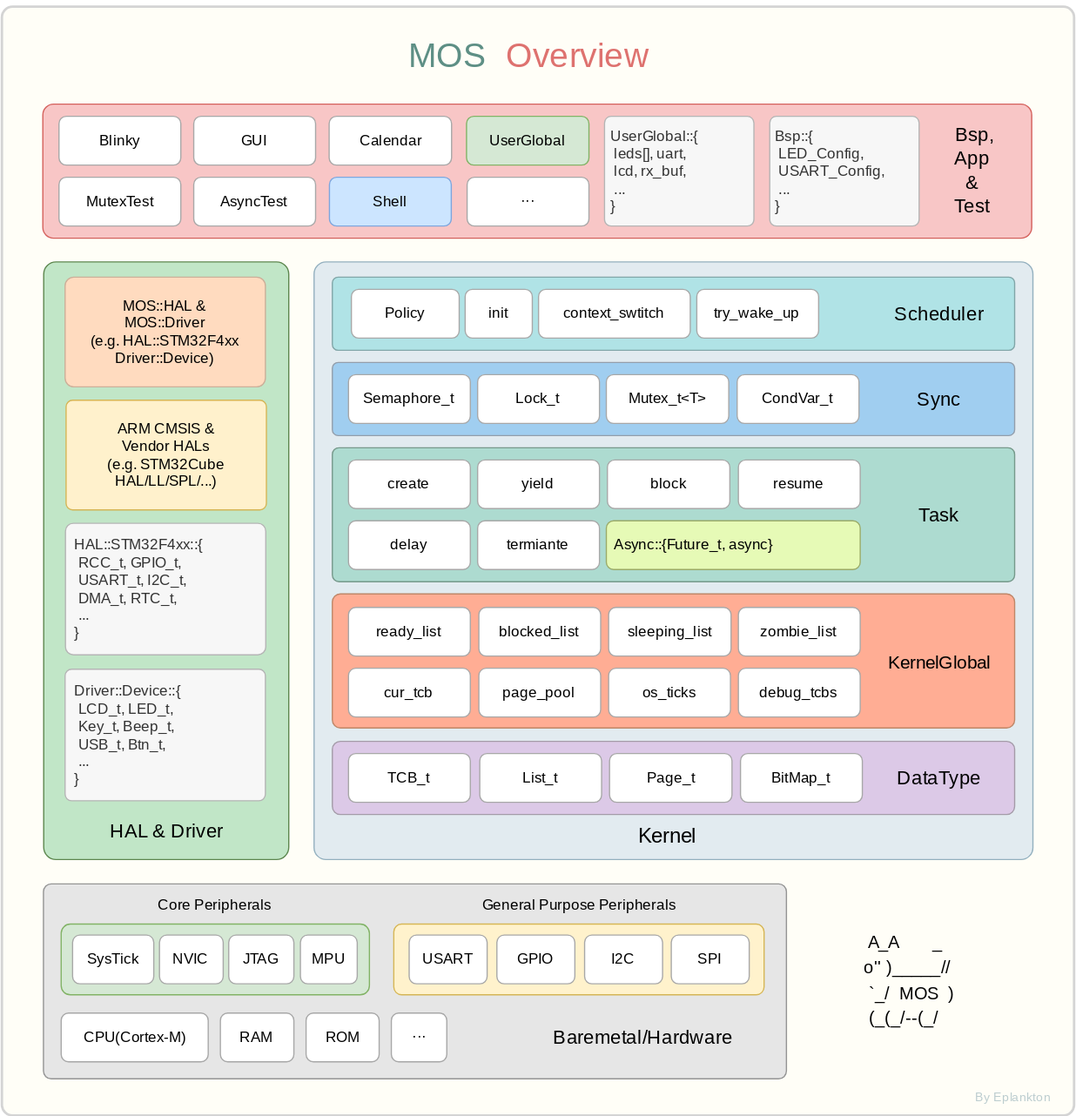
Above: Pic/mos-arch.svg in Eplankton/mos-stm32 (draw.io), before the change. Source tidied: cells renumbered, new cells last; positions are measured from the earlier drawing's top-left corner, leaving out a move shared by most shapes.
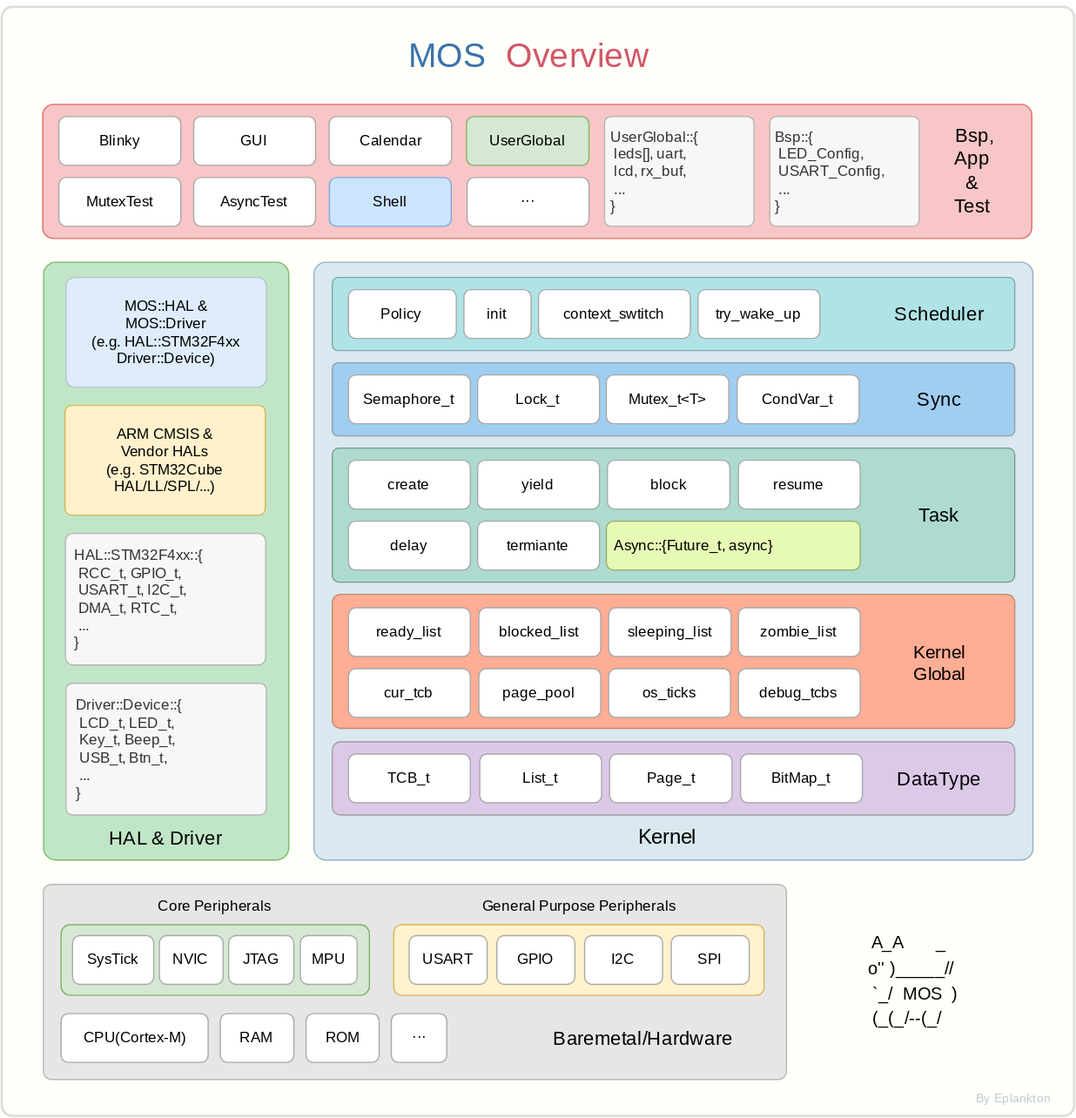
After the commit.

The edit, as a diff of the source:
```diff
@@ -2,10 +2,10 @@
   <root>
     <mxCell id="0" />
     <mxCell id="1" parent="0" />
-    <mxCell id="2" style="rounded=1;whiteSpace=wrap;html=1;arcSize=1;labelPosition=center;verticalLabelPosition=top;align=center;verticalAlign=bottom;strokeWidth=2;strokeColor=#D4D4D4;fillColor=#FFFEF7;" parent="1" vertex="1">
+    <mxCell id="2" style="rounded=1;whiteSpace=wrap;html=1;arcSize=1;labelPosition=center;verticalLabelPosition=top;align=center;verticalAlign=bottom;strokeWidth=2;fillColor=#FFFFFA;strokeColor=#DEDED9;" parent="1" vertex="1">
       <mxGeometry y="5" width="880" height="910" as="geometry" />
     </mxCell>
-    <mxCell id="3" style="rounded=1;whiteSpace=wrap;html=1;arcSize=2;fillColor=#E2EBF0;strokeColor=#93B0BF;" parent="1" vertex="1">
+    <mxCell id="3" style="rounded=1;whiteSpace=wrap;html=1;arcSize=2;fillColor=#DAE9F0;strokeColor=#93B0BF;" parent="1" vertex="1">
       <mxGeometry x="256.2" y="214.5" width="590" height="490.5" as="geometry" />
     </mxCell>
     <mxCell id="4" style="rounded=1;whiteSpace=wrap;html=1;arcSize=11;fillColor=#DCC9E7;strokeColor=#A49BA8;" parent="1" vertex="1">
@@ -41,8 +41,8 @@
     <mxCell id="14" value="&lt;font face=&quot;JetBrains Mono&quot;&gt;ready_list&lt;/font&gt;" style="rounded=1;whiteSpace=wrap;html=1;strokeColor=#A8A8A8;fontStyle=0;" parent="1" vertex="1">
       <mxGeometry x="284.5" y="498" width="100" height="40" as="geometry" />
     </mxCell>
-    <mxCell id="15" value="&lt;font style=&quot;font-size: 15px;&quot; face=&quot;JetBrains Mono&quot;&gt;KernelGlobal&lt;/font&gt;" style="text;html=1;align=center;verticalAlign=middle;strokeColor=none;fillColor=none;" parent="1" vertex="1">
-      <mxGeometry x="704.5" y="528" width="130" height="30" as="geometry" />
+    <mxCell id="15" value="&lt;div&gt;&lt;font style=&quot;font-size: 15px;&quot; face=&quot;JetBrains Mono&quot;&gt;Kernel&lt;/font&gt;&lt;/div&gt;&lt;div&gt;&lt;font style=&quot;font-size: 15px;&quot; face=&quot;JetBrains Mono&quot;&gt;Global&lt;/font&gt;&lt;/div&gt;" style="text;html=1;align=center;verticalAlign=middle;strokeColor=none;fillColor=none;" parent="1" vertex="1">
+      <mxGeometry x="729.5" y="518" width="80" height="50" as="geometry" />
     </mxCell>
     <mxCell id="16" value="&lt;font face=&quot;JetBrains Mono&quot;&gt;cur_tcb&lt;/font&gt;" style="rounded=1;whiteSpace=wrap;html=1;strokeColor=#A8A8A8;fontStyle=0;" parent="1" vertex="1">
       <mxGeometry x="284.5" y="548" width="100" height="40" as="geometry" />
@@ -105,21 +105,21 @@
       <mxGeometry x="271.2" y="227" width="560" height="60" as="geometry" />
     </mxCell>
     <mxCell id="36" value="&lt;font face=&quot;JetBrains Mono&quot;&gt;init&lt;/font&gt;" style="rounded=1;whiteSpace=wrap;html=1;fontStyle=0;strokeColor=#A8A8A8;" parent="1" vertex="1">
-      <mxGeometry x="380.2" y="237" width="55.1" height="40" as="geometry" />
+      <mxGeometry x="379.2" y="237" width="55.1" height="40" as="geometry" />
     </mxCell>
     <mxCell id="37" value="&lt;font face=&quot;JetBrains Mono&quot;&gt;context_swtitch&lt;/font&gt;" style="rounded=1;whiteSpace=wrap;html=1;fontStyle=0;strokeColor=#A8A8A8;" parent="1" vertex="1">
       <mxGeometry x="440.5" y="237" width="124.5" height="40" as="geometry" />
     </mxCell>
     <mxCell id="38" value="&lt;font face=&quot;JetBrains Mono&quot;&gt;try_wake_up&lt;/font&gt;" style="rounded=1;whiteSpace=wrap;html=1;align=center;verticalAlign=middle;fontStyle=0;strokeColor=#A8A8A8;" parent="1" vertex="1">
-      <mxGeometry x="570.3" y="237" width="100" height="40" as="geometry" />
+      <mxGeometry x="571.3" y="237" width="100" height="40" as="geometry" />
     </mxCell>
     <mxCell id="39" value="&lt;font face=&quot;JetBrains Mono&quot;&gt;Policy&lt;/font&gt;" style="rounded=1;whiteSpace=wrap;html=1;fontStyle=0;strokeColor=#A8A8A8;" parent="1" vertex="1">
-      <mxGeometry x="286.8" y="237" width="88.5" height="40" as="geometry" />
+      <mxGeometry x="284.5" y="237" width="88.5" height="40" as="geometry" />
     </mxCell>
     <mxCell id="40" value="&lt;font style=&quot;font-size: 16px;&quot; face=&quot;JetBrains Mono&quot;&gt;Scheduler&lt;/font&gt;" style="text;html=1;align=center;verticalAlign=middle;strokeColor=none;fillColor=none;" parent="1" vertex="1">
       <mxGeometry x="713.6" y="242" width="110" height="30" as="geometry" />
     </mxCell>
-    <mxCell id="41" style="rounded=1;whiteSpace=wrap;html=1;arcSize=4;labelPosition=left;verticalLabelPosition=middle;align=right;verticalAlign=middle;fillColor=#E6E6E6;strokeColor=#949494;fontColor=#333333;" parent="1" vertex="1">
+    <mxCell id="41" style="rounded=1;whiteSpace=wrap;html=1;arcSize=4;labelPosition=left;verticalLabelPosition=middle;align=right;verticalAlign=middle;fillColor=#E6E6E6;strokeColor=#B8B8B8;fontColor=#333333;" parent="1" vertex="1">
       <mxGeometry x="34.1" y="725" width="609.8" height="160" as="geometry" />
     </mxCell>
     <mxCell id="42" style="rounded=1;whiteSpace=wrap;html=1;arcSize=11;align=center;fontFamily=JetBrains Mono;fontSource=https%3A%2F%2Ffonts.googleapis.com%2Fcss%3Ffamily%3DJetBrains%2BMono;labelPosition=center;verticalLabelPosition=top;verticalAlign=bottom;fillColor=#fff2cc;strokeColor=#d6b656;" parent="1" vertex="1">
@@ -140,19 +140,19 @@
     <mxCell id="47" value="&lt;div&gt;&lt;font face=&quot;JetBrains Mono&quot;&gt;CPU(Cortex-M)&lt;/font&gt;&lt;/div&gt;" style="rounded=1;whiteSpace=wrap;html=1;strokeColor=#A8A8A8;fontStyle=0;" parent="1" vertex="1">
       <mxGeometry x="48.6" y="831" width="120.7" height="40" as="geometry" />
     </mxCell>
-    <mxCell id="48" style="rounded=1;whiteSpace=wrap;html=1;arcSize=5;fillColor=#C1E6C7;strokeColor=#5D874F;glass=0;fontColor=#ffffff;" parent="1" vertex="1">
+    <mxCell id="48" style="rounded=1;whiteSpace=wrap;html=1;arcSize=5;fillColor=#C1E6C7;strokeColor=#7EB86B;glass=0;fontColor=#ffffff;" parent="1" vertex="1">
       <mxGeometry x="34.3" y="214.5" width="201.1" height="490.5" as="geometry" />
     </mxCell>
     <mxCell id="49" value="&lt;div align=&quot;center&quot;&gt;&lt;font face=&quot;JetBrains Mono&quot;&gt;ARM CMSIS &amp;amp;&lt;/font&gt;&lt;/div&gt;&lt;div align=&quot;center&quot;&gt;&lt;font face=&quot;JetBrains Mono&quot;&gt;Vendor HA&lt;/font&gt;&lt;font face=&quot;9ZTZoTxszPPbZNCvlhum&quot;&gt;Ls&lt;br&gt;&lt;/font&gt;&lt;/div&gt;&lt;div&gt;&lt;font face=&quot;JetBrains Mono&quot;&gt;(e.g. STM32Cube&lt;/font&gt;&lt;/div&gt;&lt;div&gt;&lt;font face=&quot;JetBrains Mono&quot;&gt;HAL/LL/SPL/...)&lt;/font&gt;&lt;/div&gt;" style="rounded=1;whiteSpace=wrap;html=1;align=center;fillColor=#FFF1CC;strokeColor=#d6b656;arcSize=6;" parent="1" vertex="1">
-      <mxGeometry x="52.7" y="328" width="164.4" height="90" as="geometry" />
+      <mxGeometry x="51.9" y="332" width="164.4" height="90" as="geometry" />
     </mxCell>
     <mxCell id="50" value="&lt;font face=&quot;JetBrains Mono&quot;&gt;ROM&lt;/font&gt;" style="rounded=1;whiteSpace=wrap;html=1;strokeColor=#A8A8A8;fontStyle=0;" parent="1" vertex="1">
       <mxGeometry x="249.6" y="831" width="60" height="40" as="geometry" />
     </mxCell>
     <mxCell id="51" value="&lt;div style=&quot;font-size: 16px;&quot;&gt;&lt;font style=&quot;font-size: 16px;&quot; face=&quot;JetBrains Mono&quot;&gt;HAL &amp;amp; Driver&lt;/font&gt;&lt;/div&gt;" style="text;html=1;align=center;verticalAlign=middle;strokeColor=none;fillColor=none;" parent="1" vertex="1">
-      <mxGeometry x="65" y="666" width="140" height="30" as="geometry" />
+      <mxGeometry x="64.1" y="672" width="140" height="30" as="geometry" />
     </mxCell>
-    <mxCell id="52" style="rounded=1;whiteSpace=wrap;html=1;arcSize=8;fillColor=#F8C6C6;strokeColor=#D4605C;" parent="1" vertex="1">
+    <mxCell id="52" style="rounded=1;whiteSpace=wrap;html=1;arcSize=8;fillColor=#F8C6C6;strokeColor=#E36762;" parent="1" vertex="1">
       <mxGeometry x="33.6" y="85" width="811.6" height="110" as="geometry" />
     </mxCell>
     <mxCell id="53" value="&lt;font face=&quot;JetBrains Mono&quot;&gt;GUI&lt;/font&gt;" style="rounded=1;whiteSpace=wrap;html=1;fontStyle=0;fillColor=default;strokeColor=#A8A8A8;fontColor=default;" parent="1" vertex="1">
@@ -218,20 +218,20 @@
     <mxCell id="73" value="&lt;font face=&quot;JetBrains Mono&quot;&gt;···&lt;/font&gt;" style="rounded=1;whiteSpace=wrap;html=1;align=center;verticalAlign=middle;fontStyle=0;strokeColor=#A8A8A8;" parent="1" vertex="1">
       <mxGeometry x="381.8" y="145" width="100" height="40" as="geometry" />
     </mxCell>
-    <mxCell id="74" value="&lt;h2 style=&quot;font-size: 28px;&quot;&gt;&lt;font color=&quot;#5e8f85&quot; style=&quot;font-size: 28px;&quot; face=&quot;Protest Strike&quot;&gt;&lt;span style=&quot;font-weight: normal;&quot;&gt;MOS&lt;/span&gt;&lt;/font&gt;&lt;font color=&quot;#5e8f85&quot; style=&quot;font-size: 28px;&quot; face=&quot;Protest Strike&quot;&gt;&lt;span style=&quot;font-weight: normal;&quot;&gt;&amp;nbsp;&lt;/span&gt;&lt;/font&gt;&lt;font color=&quot;#5e8f85&quot; style=&quot;font-size: 28px;&quot; face=&quot;Protest Strike&quot;&gt;&lt;span style=&quot;font-weight: normal;&quot;&gt; &lt;/span&gt;&lt;/font&gt;&lt;font color=&quot;#de726f&quot; style=&quot;font-size: 28px;&quot; face=&quot;Protest Strike&quot;&gt;&lt;span style=&quot;font-weight: normal;&quot;&gt;Overview&lt;/span&gt;&lt;/font&gt;&lt;font color=&quot;#de726f&quot; style=&quot;font-size: 28px;&quot; face=&quot;Protest Strike&quot;&gt;&lt;span style=&quot;font-weight: normal;&quot;&gt;&lt;br&gt;&lt;/span&gt;&lt;/font&gt;&lt;/h2&gt;" style="text;html=1;align=center;verticalAlign=middle;strokeColor=none;fillColor=none;fontColor=#24669E;" parent="1" vertex="1">
+    <mxCell id="74" value="&lt;h2 style=&quot;font-size: 28px;&quot;&gt;&lt;font color=&quot;#3a73ab&quot; style=&quot;font-size: 28px;&quot; face=&quot;Protest Strike&quot;&gt;&lt;span style=&quot;font-weight: normal;&quot;&gt;MOS&lt;/span&gt;&lt;/font&gt;&lt;font color=&quot;#448e96&quot; style=&quot;font-size: 28px;&quot; face=&quot;Protest Strike&quot;&gt;&lt;span style=&quot;font-weight: normal;&quot;&gt;&amp;nbsp;&lt;/span&gt;&lt;/font&gt;&lt;font color=&quot;#448e96&quot; style=&quot;font-size: 28px;&quot; face=&quot;Protest Strike&quot;&gt;&lt;span style=&quot;font-weight: normal;&quot;&gt; &lt;/span&gt;&lt;/font&gt;&lt;font color=&quot;#d15768&quot; style=&quot;font-size: 28px;&quot; face=&quot;Protest Strike&quot;&gt;&lt;span style=&quot;font-weight: normal;&quot;&gt;Overview&lt;/span&gt;&lt;/font&gt;&lt;font color=&quot;#d15768&quot; style=&quot;font-size: 28px;&quot; face=&quot;Protest Strike&quot;&gt;&lt;span style=&quot;font-weight: normal;&quot;&gt;&lt;br&gt;&lt;/span&gt;&lt;/font&gt;&lt;/h2&gt;" style="text;html=1;align=center;verticalAlign=middle;strokeColor=none;fillColor=none;fontColor=#24669E;" parent="1" vertex="1">
       <mxGeometry x="331.6" width="200" height="90" as="geometry" />
     </mxCell>
     <mxCell id="75" value="&lt;p style=&quot;line-height: 100%;&quot;&gt;&lt;/p&gt;&lt;div style=&quot;font-size: 13px;&quot; align=&quot;left&quot;&gt;&lt;pre style=&quot;font-size: 14px; line-height: 140%;&quot;&gt;&lt;font face=&quot;JetBrains Mono&quot; style=&quot;font-size: 14px;&quot;&gt; A_A       _&lt;br&gt;&lt;span class=&quot;line&quot; id=&quot;LC2&quot;&gt;o'' )_____//&lt;/span&gt;&lt;br&gt;&lt;span class=&quot;line&quot; id=&quot;LC3&quot;&gt; `_/  MOS  )&lt;/span&gt;&lt;br&gt;&lt;span class=&quot;line&quot; id=&quot;LC4&quot;&gt; (_(_/--(_/  &lt;/span&gt;&lt;/font&gt;&lt;/pre&gt;&lt;/div&gt;&lt;p&gt;&lt;/p&gt;" style="text;html=1;align=left;verticalAlign=middle;strokeColor=none;fillColor=none;" parent="1" vertex="1">
-      <mxGeometry x="706.2" y="750" width="114.1" height="110" as="geometry" />
+      <mxGeometry x="709.5" y="750" width="114.1" height="110" as="geometry" />
     </mxCell>
     <mxCell id="76" value="&lt;div align=&quot;left&quot;&gt;&lt;font face=&quot;JetBrains Mono&quot;&gt;&amp;nbsp; HAL::STM32F4xx::{&lt;/font&gt;&lt;/div&gt;&lt;div align=&quot;left&quot;&gt;&lt;font face=&quot;JetBrains Mono&quot;&gt;&amp;nbsp;&amp;nbsp; &lt;/font&gt;&lt;font face=&quot;JetBrains Mono&quot;&gt;RCC_t, &lt;/font&gt;&lt;font face=&quot;JetBrains Mono&quot;&gt;GPIO_t,&amp;nbsp;&lt;/font&gt;&lt;/div&gt;&lt;div align=&quot;left&quot;&gt;&lt;font face=&quot;JetBrains Mono&quot;&gt;&amp;nbsp;&amp;nbsp; USART_t, I2C_t,&lt;/font&gt;&lt;/div&gt;&lt;div align=&quot;left&quot;&gt;&lt;font face=&quot;JetBrains Mono&quot;&gt;&amp;nbsp;&amp;nbsp; DMA_t, RTC_t,&lt;/font&gt;&lt;/div&gt;&lt;div align=&quot;left&quot;&gt;&lt;font face=&quot;JetBrains Mono&quot;&gt;&amp;nbsp;&amp;nbsp; ...&lt;br&gt;&lt;/font&gt;&lt;/div&gt;&lt;div align=&quot;left&quot;&gt;&lt;font face=&quot;JetBrains Mono&quot;&gt;&amp;nbsp; }&lt;/font&gt;&lt;/div&gt;" style="rounded=1;whiteSpace=wrap;html=1;strokeColor=#B5B5B5;align=left;arcSize=6;fillColor=#F7F7F7;fontColor=#333333;" parent="1" vertex="1">
-      <mxGeometry x="52.1" y="429" width="164.4" height="108" as="geometry" />
+      <mxGeometry x="52.1" y="437" width="164.4" height="108" as="geometry" />
     </mxCell>
     <mxCell id="77" value="&lt;div align=&quot;left&quot;&gt;&lt;font face=&quot;JetBrains Mono&quot;&gt;&amp;nbsp; Driver::Device::{&lt;/font&gt;&lt;/div&gt;&lt;div align=&quot;left&quot;&gt;&lt;font face=&quot;JetBrains Mono&quot;&gt;&amp;nbsp;&amp;nbsp; LCD_t, LED_t, &lt;br&gt;&lt;/font&gt;&lt;/div&gt;&lt;div align=&quot;left&quot;&gt;&lt;font face=&quot;JetBrains Mono&quot;&gt;&amp;nbsp;&amp;nbsp; Key_t, Beep_t,&lt;/font&gt;&lt;/div&gt;&lt;div align=&quot;left&quot;&gt;&lt;font face=&quot;JetBrains Mono&quot;&gt;&amp;nbsp;&amp;nbsp; USB_t, Btn_t, &lt;br&gt;&lt;/font&gt;&lt;/div&gt;&lt;div align=&quot;left&quot;&gt;&lt;font face=&quot;JetBrains Mono&quot;&gt;&amp;nbsp;&amp;nbsp; ...&lt;br&gt;&lt;/font&gt;&lt;/div&gt;&lt;div align=&quot;left&quot;&gt;&lt;font face=&quot;JetBrains Mono&quot;&gt;&amp;nbsp; }&lt;/font&gt;&lt;/div&gt;" style="rounded=1;whiteSpace=wrap;html=1;strokeColor=#B5B5B5;align=left;arcSize=5;fillColor=#F7F7F7;fontColor=#333333;" parent="1" vertex="1">
-      <mxGeometry x="51.8" y="548.8" width="164.4" height="108" as="geometry" />
+      <mxGeometry x="52.7" y="560" width="164.4" height="108" as="geometry" />
     </mxCell>
-    <mxCell id="78" value="&lt;div align=&quot;center&quot;&gt;&lt;font face=&quot;JetBrains Mono&quot;&gt; MOS::HAL&lt;/font&gt;&lt;font face=&quot;JetBrains Mono&quot;&gt; &amp;amp;&lt;/font&gt;&lt;/div&gt;&lt;div align=&quot;center&quot;&gt;&lt;font face=&quot;JetBrains Mono&quot;&gt;MOS::Driver&lt;/font&gt;&lt;/div&gt;&lt;div align=&quot;center&quot;&gt;&lt;font face=&quot;JetBrains Mono&quot;&gt;(e.g. HAL::STM32F4xx&lt;/font&gt;&lt;/div&gt;&lt;div align=&quot;center&quot;&gt;&lt;font face=&quot;JetBrains Mono&quot;&gt;Driver::Device)&lt;/font&gt;&lt;/div&gt;" style="rounded=1;whiteSpace=wrap;html=1;align=center;fillColor=#FFDBBF;strokeColor=#CCAF99;arcSize=8;" parent="1" vertex="1">
-      <mxGeometry x="51.9" y="227" width="164.4" height="90" as="geometry" />
+    <mxCell id="78" value="&lt;div align=&quot;center&quot;&gt;&lt;font face=&quot;JetBrains Mono&quot;&gt; MOS::HAL&lt;/font&gt;&lt;font face=&quot;JetBrains Mono&quot;&gt; &amp;amp;&lt;/font&gt;&lt;/div&gt;&lt;div align=&quot;center&quot;&gt;&lt;font face=&quot;JetBrains Mono&quot;&gt;MOS::Driver&lt;/font&gt;&lt;/div&gt;&lt;div align=&quot;center&quot;&gt;&lt;font face=&quot;JetBrains Mono&quot;&gt;(e.g. HAL::STM32F4xx&lt;/font&gt;&lt;/div&gt;&lt;div align=&quot;center&quot;&gt;&lt;font face=&quot;JetBrains Mono&quot;&gt;Driver::Device)&lt;/font&gt;&lt;/div&gt;" style="rounded=1;whiteSpace=wrap;html=1;align=center;fillColor=#DEECFC;strokeColor=#B8C4D1;arcSize=8;" parent="1" vertex="1">
+      <mxGeometry x="52.7" y="227" width="164.4" height="90" as="geometry" />
     </mxCell>
     <mxCell id="79" value="&lt;div align=&quot;left&quot;&gt;&lt;font face=&quot;JetBrains Mono&quot;&gt;&lt;br&gt;&lt;/font&gt;&lt;/div&gt;&lt;div align=&quot;left&quot;&gt;&lt;font face=&quot;JetBrains Mono&quot;&gt;&amp;nbsp;UserGlobal::{&lt;/font&gt;&lt;/div&gt;&lt;div align=&quot;left&quot;&gt;&lt;font face=&quot;JetBrains Mono&quot;&gt;&amp;nbsp; leds[], uart,&lt;/font&gt;&lt;/div&gt;&lt;div align=&quot;left&quot;&gt;&lt;font face=&quot;JetBrains Mono&quot;&gt;&amp;nbsp; lcd, rx_buf,&lt;/font&gt;&lt;/div&gt;&lt;div align=&quot;left&quot;&gt;&lt;font face=&quot;JetBrains Mono&quot;&gt;&amp;nbsp; ...&lt;br&gt;&lt;/font&gt;&lt;/div&gt;&lt;div align=&quot;left&quot;&gt;&lt;font face=&quot;JetBrains Mono&quot;&gt;&amp;nbsp;}&lt;/font&gt;&lt;/div&gt;&lt;div align=&quot;left&quot;&gt;&lt;font face=&quot;JetBrains Mono&quot;&gt;&lt;br&gt;&lt;/font&gt;&lt;/div&gt;" style="rounded=1;whiteSpace=wrap;html=1;strokeColor=#B5B5B5;fillColor=#F7F7F7;arcSize=6;align=left;fontColor=#333333;" parent="1" vertex="1">
       <mxGeometry x="494.6" y="95" width="122.6" height="90" as="geometry" />
```
